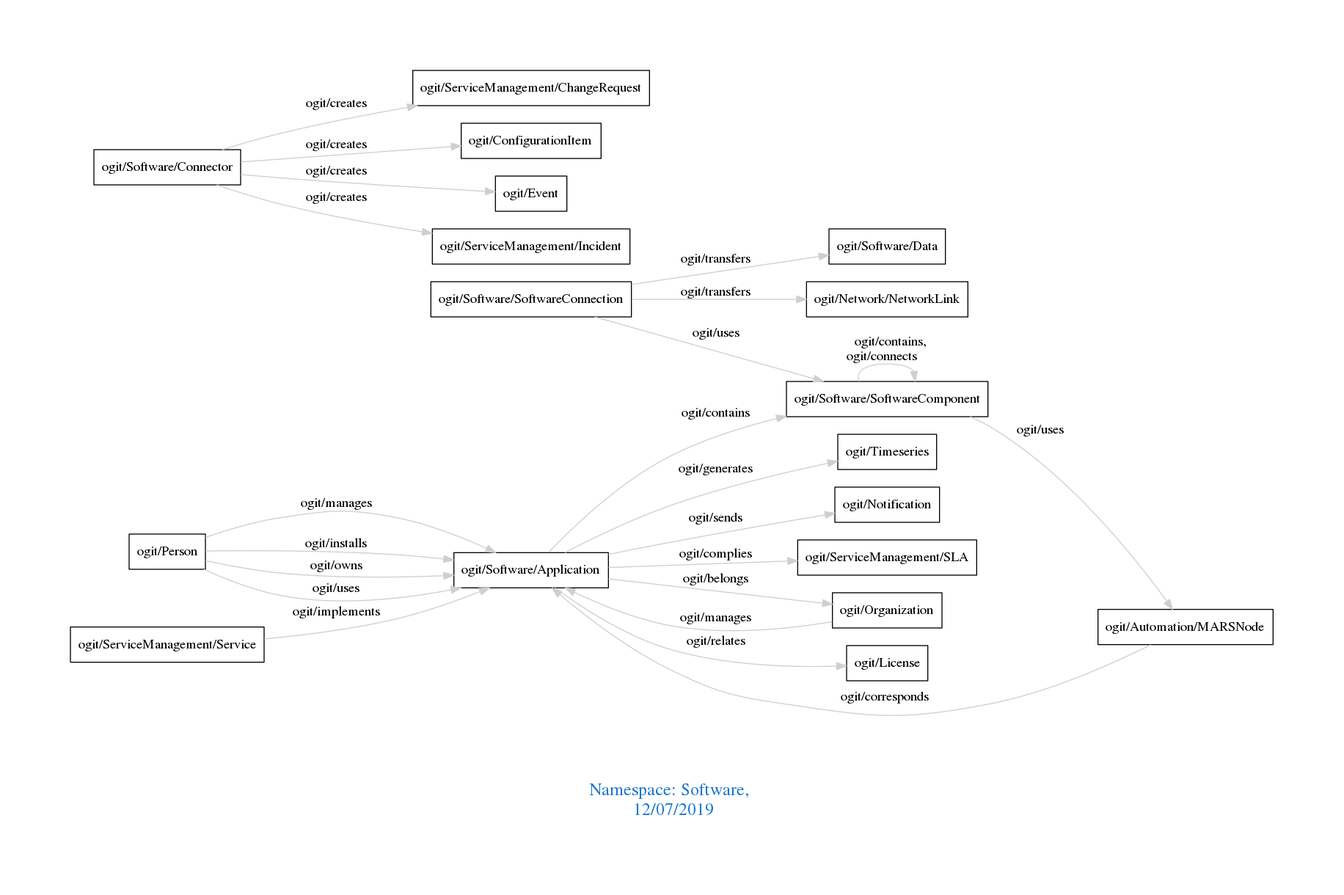
arago/OGIT keeps this Graphviz diagram as downloads/Software.png. Above is the earlier version. Its source is kept beside it as downloads/Software.dot.
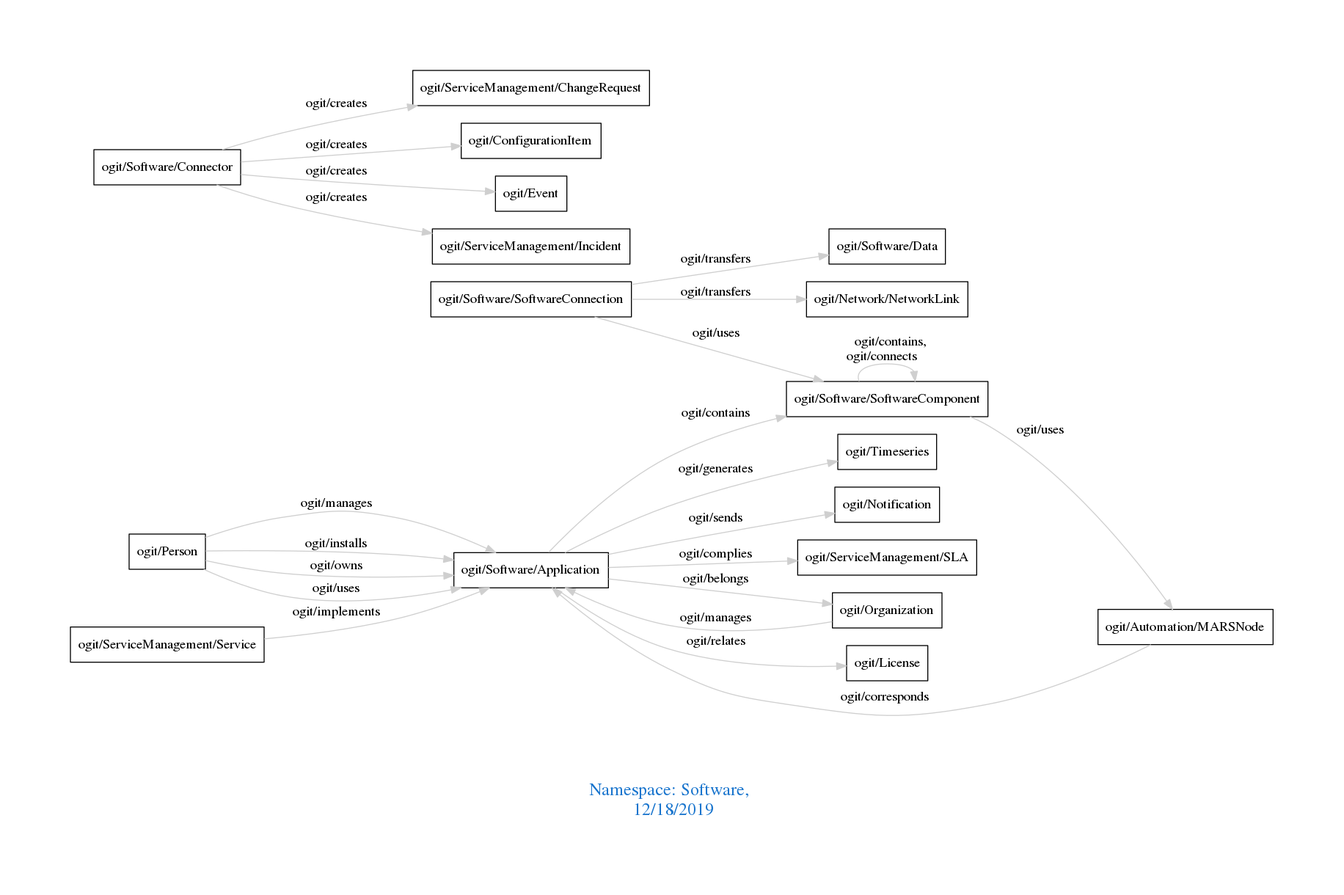
Above is the later version.

What changed in the source:
```diff
@@ -1,7 +1,7 @@
 digraph OGIT_ontology {
  graph [ rankdir= LR,pad=1
 fontsize = 18,
-fontcolor= dodgerblue3,label = "\n\n\nNamespace: Software, \n 12/07/2019"];
+fontcolor= dodgerblue3,label = "\n\n\nNamespace: Software, \n 12/18/2019"];
 node[shape=polygon];
 edge [  color="gray81"];
 
```
